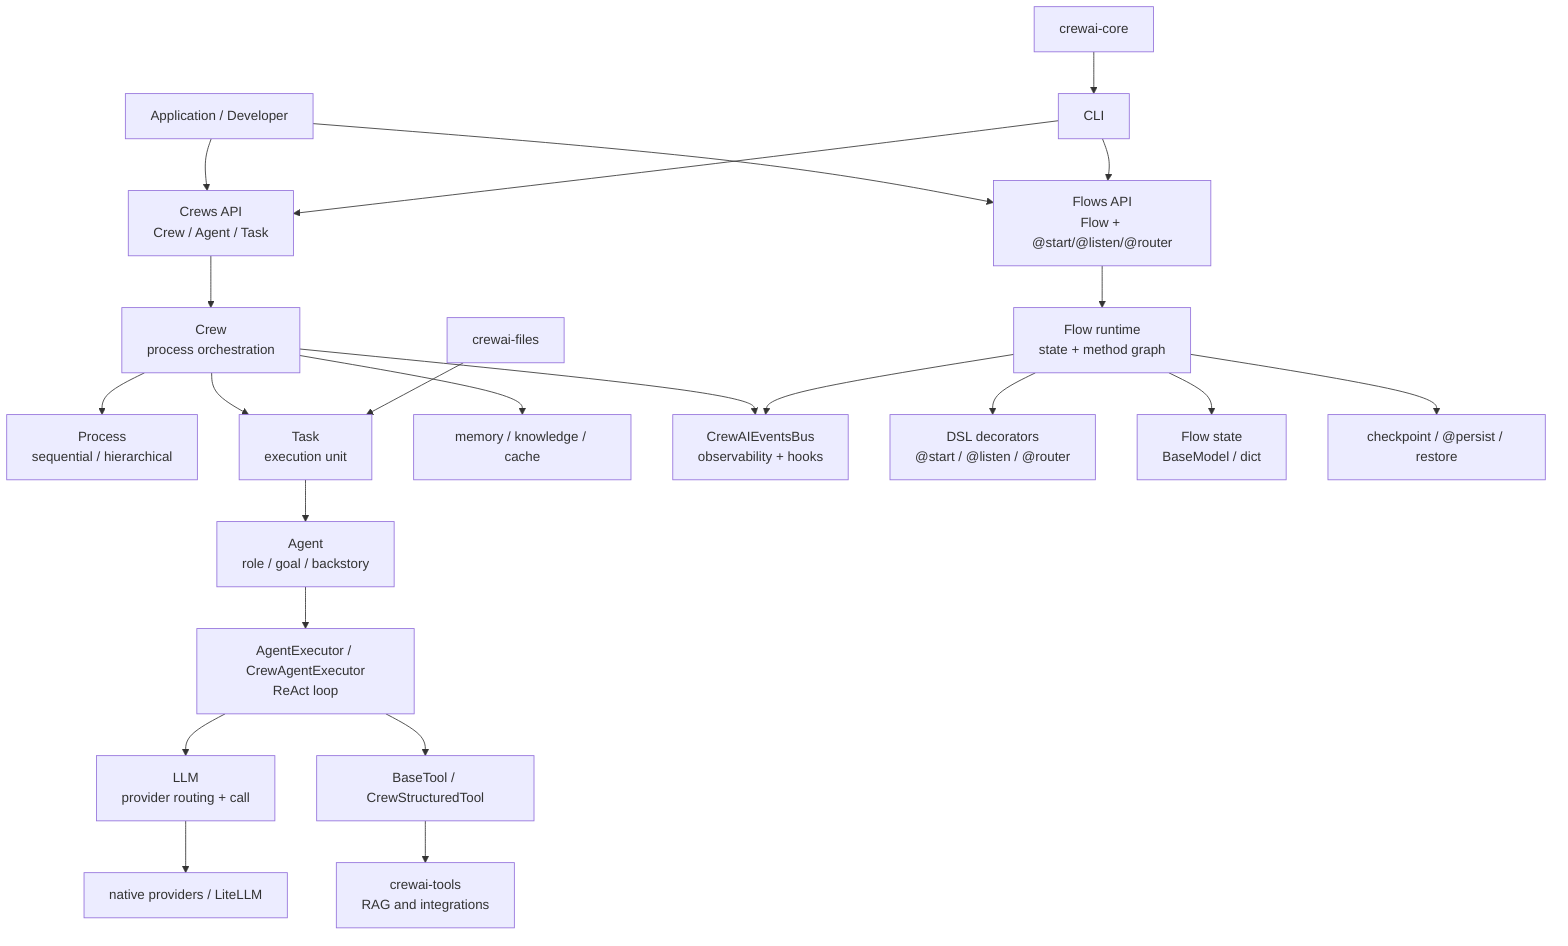
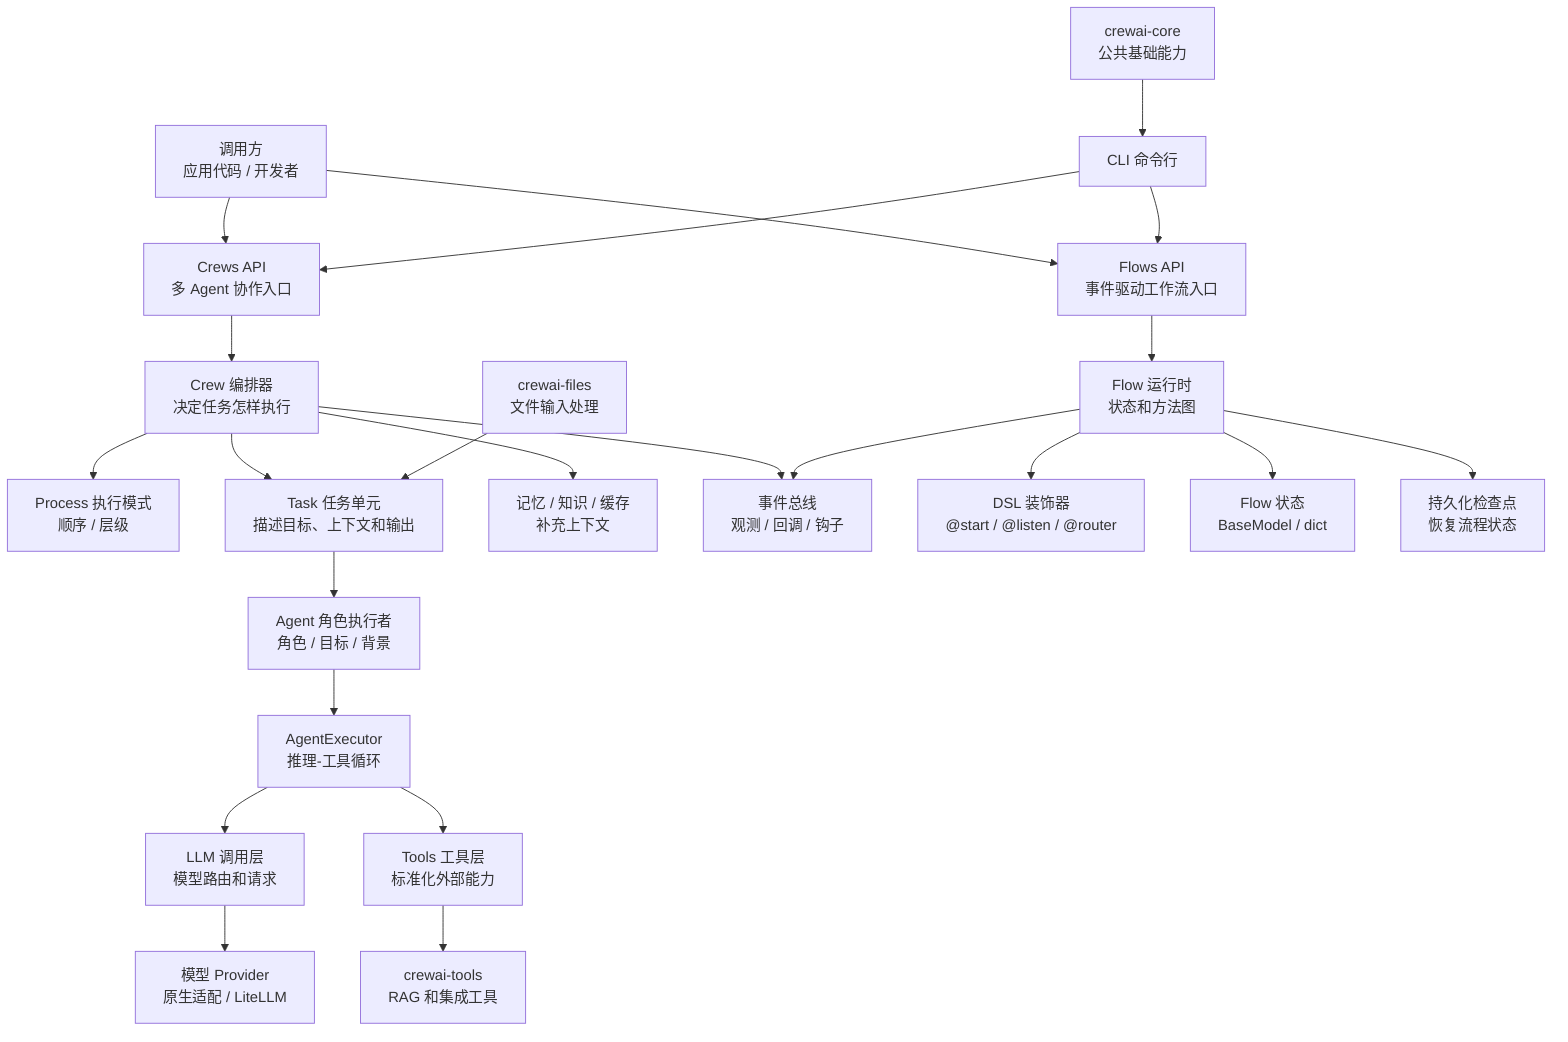
flowchart TB
-     User["Application / Developer"] --> Crews["Crews API\nCrew / Agent / Task"]
-     User --> Flows["Flows API\nFlow + @start/@listen/@router"]
-     Crews --> Crew["Crew\nprocess orchestration"]
-     Crew --> Process["Process\nsequential / hierarchical"]
-     Crew --> Task["Task\nexecution unit"]
-     Task --> Agent["Agent\nrole / goal / backstory"]
-     Agent --> Executor["AgentExecutor / CrewAgentExecutor\nReAct loop"]
-     Executor --> LLM["LLM\nprovider routing + call"]
-     Executor --> Tools["BaseTool / CrewStructuredTool"]
-     Crew --> Memory["memory / knowledge / cache"]
-     Crew --> Events["CrewAIEventsBus\nobservability + hooks"]
-     Flows --> FlowRuntime["Flow runtime\nstate + method graph"]
-     FlowRuntime --> Decorators["DSL decorators\n@start / @listen / @router"]
-     FlowRuntime --> FlowState["Flow state\nBaseModel / dict"]
-     FlowRuntime --> FlowPersistence["checkpoint / @persist / restore"]
+     User["调用方\n应用代码 / 开发者"] --> Crews["Crews API\n多 Agent 协作入口"]
+     User --> Flows["Flows API\n事件驱动工作流入口"]
+     Crews --> Crew["Crew 编排器\n决定任务怎样执行"]
+     Crew --> Process["Process 执行模式\n顺序 / 层级"]
+     Crew --> Task["Task 任务单元\n描述目标、上下文和输出"]
+     Task --> Agent["Agent 角色执行者\n角色 / 目标 / 背景"]
+     Agent --> Executor["AgentExecutor\n推理-工具循环"]
+     Executor --> LLM["LLM 调用层\n模型路由和请求"]
+     Executor --> Tools["Tools 工具层\n标准化外部能力"]
+     Crew --> Memory["记忆 / 知识 / 缓存\n补充上下文"]
+     Crew --> Events["事件总线\n观测 / 回调 / 钩子"]
+     Flows --> FlowRuntime["Flow 运行时\n状态和方法图"]
+     FlowRuntime --> Decorators["DSL 装饰器\n@start / @listen / @router"]
+     FlowRuntime --> FlowState["Flow 状态\nBaseModel / dict"]
+     FlowRuntime --> FlowPersistence["持久化检查点\n恢复流程状态"]
    FlowRuntime --> Events
-     Tools --> ToolPackages["crewai-tools\nRAG and integrations"]
-     LLM --> Providers["native providers / LiteLLM"]
-     CLI["CLI"] --> Crews
+     Tools --> ToolPackages["crewai-tools\nRAG 和集成工具"]
+     LLM --> Providers["模型 Provider\n原生适配 / LiteLLM"]
+     CLI["CLI 命令行"] --> Crews
    CLI --> Flows
-     Core["crewai-core"] --> CLI
-     Files["crewai-files"] --> Task
+     Core["crewai-core\n公共基础能力"] --> CLI
+     Files["crewai-files\n文件输入处理"] --> Task
